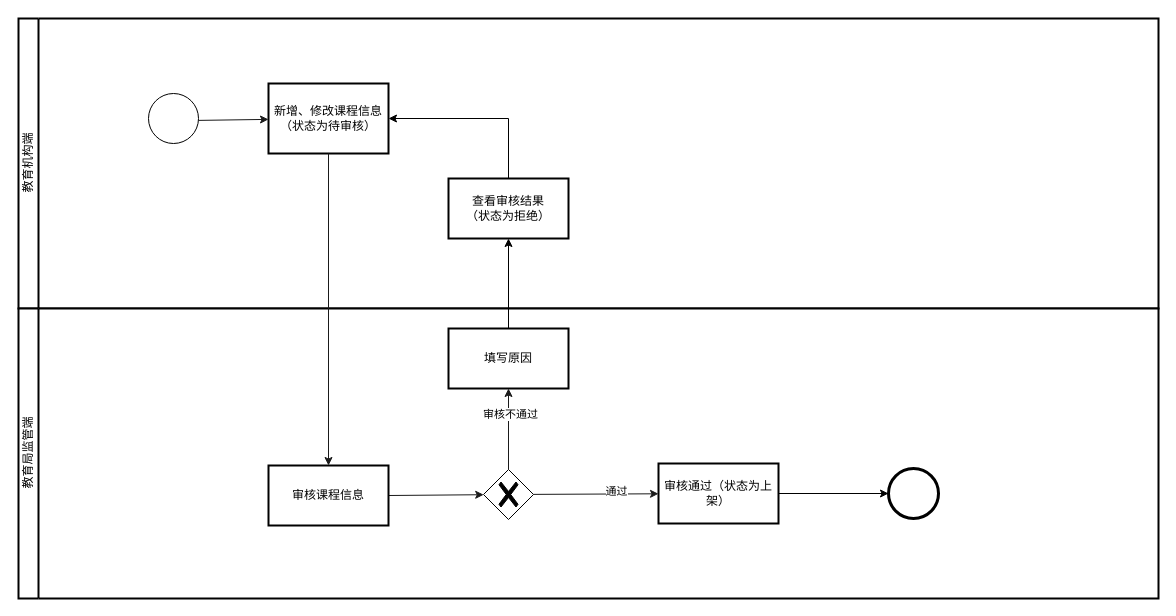
This is page "课程管理" (1 of 4) of docs/资金监管平台流程图.drawio from cuitaocrazy/supervision, a draw.io file, before an edit. Source tidied: cells renumbered, new cells numbered last; positions are measured from the earlier drawing's top-left corner, leaving out a move shared by most shapes. Both pictures are drawn from the tidied source at 100%, with x=0, y=0 at pixel (18, 18).
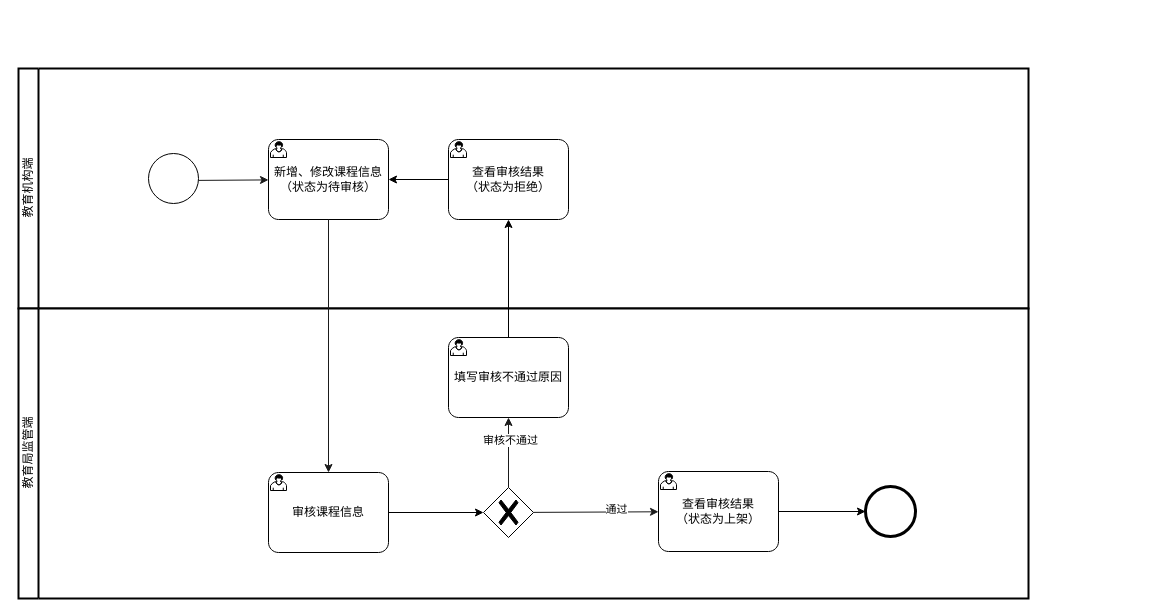
The same page after the edit.

Change to the diagram source:
```diff
@@
     <mxCell id="2" value="教育机构端" style="swimlane;html=1;startSize=20;fontStyle=0;horizontal=0;swimlaneLine=1;swimlaneFillColor=#ffffff;strokeWidth=2;" parent="1" vertex="1">
-      <mxGeometry width="1140" height="290" as="geometry" />
+      <mxGeometry y="50" width="1010" height="240" as="geometry" />
     </mxCell>
     <mxCell id="3" style="edgeStyle=none;html=1;strokeColor=#1A1A1A;" parent="2" edge="1" target="4">
       <mxGeometry relative="1" as="geometry">
-        <mxPoint x="180" y="101.9" as="sourcePoint" />
+        <mxPoint x="180" y="111.9" as="sourcePoint" />
       </mxGeometry>
     </mxCell>
+    <mxCell id="5" style="shape=mxgraph.bpmn.event;html=1;verticalLabelPosition=bottom;labelBackgroundColor=#ffffff;verticalAlign=top;align=center;perimeter=ellipsePerimeter;outline=standard;symbol=general;" parent="2" vertex="1">
+      <mxGeometry x="130" y="85" width="50" height="50" as="geometry" />
+    </mxCell>
-    <mxCell id="4" value="新增、修改课程信息&lt;br&gt;（状态为待审核）" style="whiteSpace=wrap;html=1;strokeWidth=2;" parent="2" vertex="1">
-      <mxGeometry x="250" y="65" width="120" height="70" as="geometry" />
+    <mxCell id="4" value="新增、修改课程信息&#10;（状态为待审核）" style="points=[[0.25,0,0],[0.5,0,0],[0.75,0,0],[1,0.25,0],[1,0.5,0],[1,0.75,0],[0.75,1,0],[0.5,1,0],[0.25,1,0],[0,0.75,0],[0,0.5,0],[0,0.25,0]];shape=mxgraph.bpmn.task;whiteSpace=wrap;rectStyle=rounded;size=10;taskMarker=user;" parent="2" vertex="1">
+      <mxGeometry x="250" y="71" width="120" height="80" as="geometry" />
     </mxCell>
-    <mxCell id="5" style="shape=mxgraph.bpmn.event;html=1;verticalLabelPosition=bottom;labelBackgroundColor=#ffffff;verticalAlign=top;align=center;perimeter=ellipsePerimeter;outline=standard;symbol=general;" parent="2" vertex="1">
-      <mxGeometry x="130" y="75" width="50" height="50" as="geometry" />
-    </mxCell>
     <mxCell id="6" style="edgeStyle=orthogonalEdgeStyle;rounded=0;jettySize=auto;html=1;" parent="2" edge="1" source="7" target="4">
-      <mxGeometry relative="1" as="geometry">
-        <Array as="points">
-          <mxPoint x="490" y="100" />
-        </Array>
-      </mxGeometry>
+      <mxGeometry relative="1" as="geometry" />
     </mxCell>
-    <mxCell id="7" value="查看审核结果&lt;br&gt;（状态为拒绝）" style="whiteSpace=wrap;html=1;strokeWidth=2;" parent="2" vertex="1">
-      <mxGeometry x="430" y="160" width="120" height="60" as="geometry" />
+    <mxCell id="7" value="查看审核结果&#10;（状态为拒绝）" style="points=[[0.25,0,0],[0.5,0,0],[0.75,0,0],[1,0.25,0],[1,0.5,0],[1,0.75,0],[0.75,1,0],[0.5,1,0],[0.25,1,0],[0,0.75,0],[0,0.5,0],[0,0.25,0]];shape=mxgraph.bpmn.task;whiteSpace=wrap;rectStyle=rounded;size=10;taskMarker=user;" parent="2" vertex="1">
+      <mxGeometry x="430" y="71" width="120" height="80" as="geometry" />
     </mxCell>
     <mxCell id="8" value="教育局监管端" style="swimlane;html=1;startSize=20;fontStyle=0;horizontal=0;swimlaneLine=1;swimlaneFillColor=#ffffff;strokeWidth=2;" parent="1" vertex="1">
-      <mxGeometry y="290" width="1140" height="290" as="geometry" />
+      <mxGeometry y="290" width="1010" height="290" as="geometry" />
     </mxCell>
-    <mxCell id="9" style="edgeStyle=none;html=1;exitX=1;exitY=0.5;exitDx=0;exitDy=0;strokeColor=#1A1A1A;" parent="8" edge="1" source="10" target="19">
-      <mxGeometry relative="1" as="geometry" />
-    </mxCell>
-    <mxCell id="10" value="审核课程信息" style="whiteSpace=wrap;html=1;strokeWidth=2;" parent="8" vertex="1">
-      <mxGeometry x="250" y="157" width="120" height="60" as="geometry" />
-    </mxCell>
-    <mxCell id="11" style="edgeStyle=none;html=1;strokeColor=#1A1A1A;" parent="8" edge="1" source="19" target="15">
+    <mxCell id="11" style="edgeStyle=none;html=1;strokeColor=#1A1A1A;" parent="8" edge="1" source="19" target="23">
       <mxGeometry relative="1" as="geometry" />
     </mxCell>
@@
-    <mxCell id="13" style="edgeStyle=none;html=1;strokeColor=#1A1A1A;" parent="8" edge="1" source="19" target="16">
+    <mxCell id="13" style="edgeStyle=none;html=1;strokeColor=#1A1A1A;" parent="8" edge="1" source="19" target="22">
       <mxGeometry relative="1" as="geometry" />
     </mxCell>
@@
-    <mxCell id="15" value="审核通过（状态为上架）" style="whiteSpace=wrap;html=1;strokeWidth=2;" parent="8" vertex="1">
-      <mxGeometry x="640" y="155" width="120" height="60" as="geometry" />
-    </mxCell>
-    <mxCell id="16" value="填写原因" style="whiteSpace=wrap;html=1;strokeWidth=2;" parent="8" vertex="1">
-      <mxGeometry x="430" y="20" width="120" height="60" as="geometry" />
-    </mxCell>
-    <mxCell id="17" style="edgeStyle=orthogonalEdgeStyle;rounded=0;jettySize=auto;html=1;" parent="8" edge="1" source="15" target="18">
+    <mxCell id="17" style="edgeStyle=orthogonalEdgeStyle;rounded=0;jettySize=auto;html=1;" parent="8" edge="1" source="23" target="18">
       <mxGeometry relative="1" as="geometry" />
     </mxCell>
     <mxCell id="18" style="points=[[0.145,0.145,0],[0.5,0,0],[0.855,0.145,0],[1,0.5,0],[0.855,0.855,0],[0.5,1,0],[0.145,0.855,0],[0,0.5,0]];shape=mxgraph.bpmn.event;html=1;verticalLabelPosition=bottom;labelBackgroundColor=#ffffff;verticalAlign=top;align=center;perimeter=ellipsePerimeter;outlineConnect=0;outline=end;symbol=terminate2;" parent="8" vertex="1">
-      <mxGeometry x="870" y="160" width="50" height="50" as="geometry" />
+      <mxGeometry x="847" y="178" width="50" height="50" as="geometry" />
     </mxCell>
     <mxCell id="19" style="points=[[0.25,0.25,0],[0.5,0,0],[0.75,0.25,0],[1,0.5,0],[0.75,0.75,0],[0.5,1,0],[0.25,0.75,0],[0,0.5,0]];shape=mxgraph.bpmn.gateway2;html=1;verticalLabelPosition=bottom;labelBackgroundColor=#ffffff;verticalAlign=top;align=center;perimeter=rhombusPerimeter;outlineConnect=0;outline=none;symbol=none;gwType=exclusive;" parent="8" vertex="1">
-      <mxGeometry x="465" y="161" width="50" height="50" as="geometry" />
+      <mxGeometry x="465" y="179" width="50" height="50" as="geometry" />
     </mxCell>
+    <mxCell id="9" style="edgeStyle=orthogonalEdgeStyle;rounded=0;jettySize=auto;html=1;entryX=0;entryY=0.5;entryDx=0;entryDy=0;entryPerimeter=0;" parent="8" edge="1" source="10" target="19">
+      <mxGeometry relative="1" as="geometry" />
+    </mxCell>
+    <mxCell id="10" value="审核课程信息" style="points=[[0.25,0,0],[0.5,0,0],[0.75,0,0],[1,0.25,0],[1,0.5,0],[1,0.75,0],[0.75,1,0],[0.5,1,0],[0.25,1,0],[0,0.75,0],[0,0.5,0],[0,0.25,0]];shape=mxgraph.bpmn.task;whiteSpace=wrap;rectStyle=rounded;size=10;taskMarker=user;" parent="8" vertex="1">
+      <mxGeometry x="250" y="164" width="120" height="80" as="geometry" />
+    </mxCell>
+    <mxCell id="22" value="填写审核不通过原因" style="points=[[0.25,0,0],[0.5,0,0],[0.75,0,0],[1,0.25,0],[1,0.5,0],[1,0.75,0],[0.75,1,0],[0.5,1,0],[0.25,1,0],[0,0.75,0],[0,0.5,0],[0,0.25,0]];shape=mxgraph.bpmn.task;whiteSpace=wrap;rectStyle=rounded;size=10;taskMarker=user;" parent="8" vertex="1">
+      <mxGeometry x="430" y="29" width="120" height="80" as="geometry" />
+    </mxCell>
+    <mxCell id="23" value="查看审核结果&#10;（状态为上架）" style="points=[[0.25,0,0],[0.5,0,0],[0.75,0,0],[1,0.25,0],[1,0.5,0],[1,0.75,0],[0.75,1,0],[0.5,1,0],[0.25,1,0],[0,0.75,0],[0,0.5,0],[0,0.25,0]];shape=mxgraph.bpmn.task;whiteSpace=wrap;rectStyle=rounded;size=10;taskMarker=user;" parent="8" vertex="1">
+      <mxGeometry x="640" y="163" width="120" height="80" as="geometry" />
+    </mxCell>
@@
-    <mxCell id="21" style="edgeStyle=orthogonalEdgeStyle;rounded=0;jettySize=auto;html=1;" parent="1" edge="1" source="16" target="7">
-      <mxGeometry relative="1" as="geometry" />
-    </mxCell>
+    <mxCell id="24" style="edgeStyle=orthogonalEdgeStyle;rounded=0;jettySize=auto;html=1;entryX=0.5;entryY=1;entryDx=0;entryDy=0;entryPerimeter=0;" parent="1" edge="1" source="22" target="7">
+      <mxGeometry relative="1" as="geometry" />
+    </mxCell>
```
